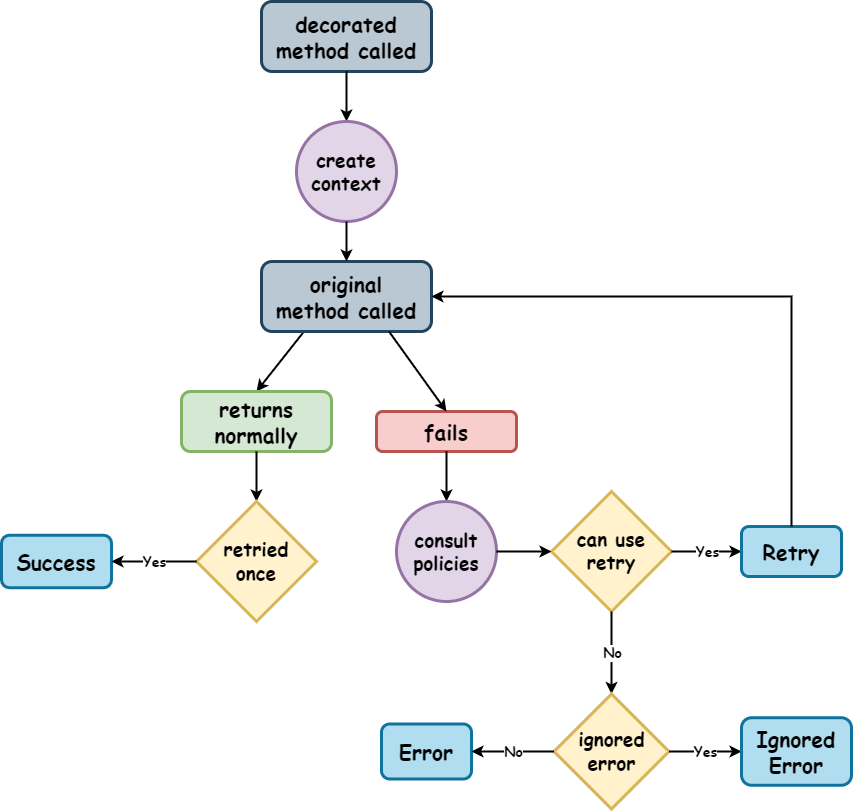
The draw.io diagram docs/imgs/retry-execution-flow.png in kresil/experiments, before a commit. Source tidied: cells renumbered, new cells last; positions are measured from the earlier drawing's top-left corner, leaving out a move shared by most shapes.
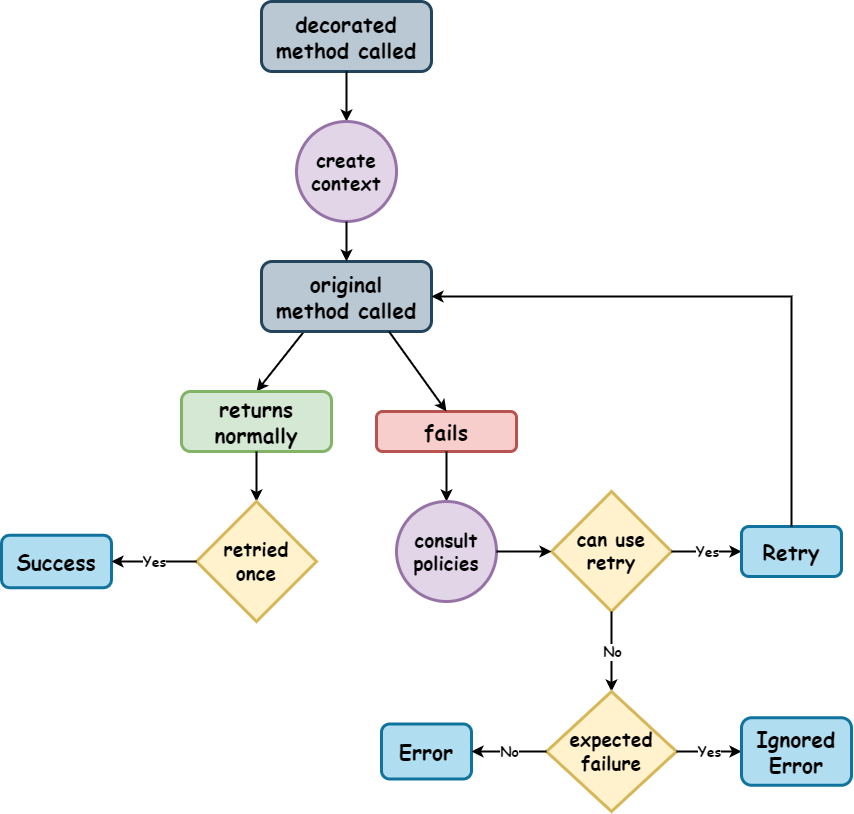
After the change.

Commit message:
📝 docs(res4j-README): details kmp-retry design implementation challenges

Diff of the diagram source:
```diff
@@ -81,8 +81,8 @@
         </Array>
       </mxGeometry>
     </mxCell>
-    <mxCell id="27" value="&lt;div style=&quot;font-size: 19px;&quot;&gt;&lt;font face=&quot;Comic Sans MS&quot;&gt;&lt;b&gt;ignored&lt;br&gt;error&lt;/b&gt;&lt;/font&gt;&lt;/div&gt;" style="rhombus;whiteSpace=wrap;html=1;fillColor=#fff2cc;strokeColor=#d6b656;strokeWidth=3;" parent="1" vertex="1">
-      <mxGeometry x="552.5" y="692.5" width="115" height="115" as="geometry" />
+    <mxCell id="27" value="&lt;div style=&quot;font-size: 19px;&quot;&gt;&lt;font face=&quot;Comic Sans MS&quot;&gt;&lt;b&gt;expected&lt;/b&gt;&lt;/font&gt;&lt;/div&gt;&lt;div style=&quot;font-size: 19px;&quot;&gt;&lt;font face=&quot;Comic Sans MS&quot;&gt;&lt;b&gt;failure&lt;/b&gt;&lt;/font&gt;&lt;/div&gt;" style="rhombus;whiteSpace=wrap;html=1;fillColor=#fff2cc;strokeColor=#d6b656;strokeWidth=3;" parent="1" vertex="1">
+      <mxGeometry x="545" y="690" width="130" height="120" as="geometry" />
     </mxCell>
     <mxCell id="28" style="endArrow=classic;html=1;rounded=0;exitX=0;exitY=0.5;exitDx=0;exitDy=0;strokeWidth=2;entryX=1;entryY=0.5;entryDx=0;entryDy=0;" parent="1" edge="1" source="27" target="2">
       <mxGeometry relative="1" as="geometry" />
```
